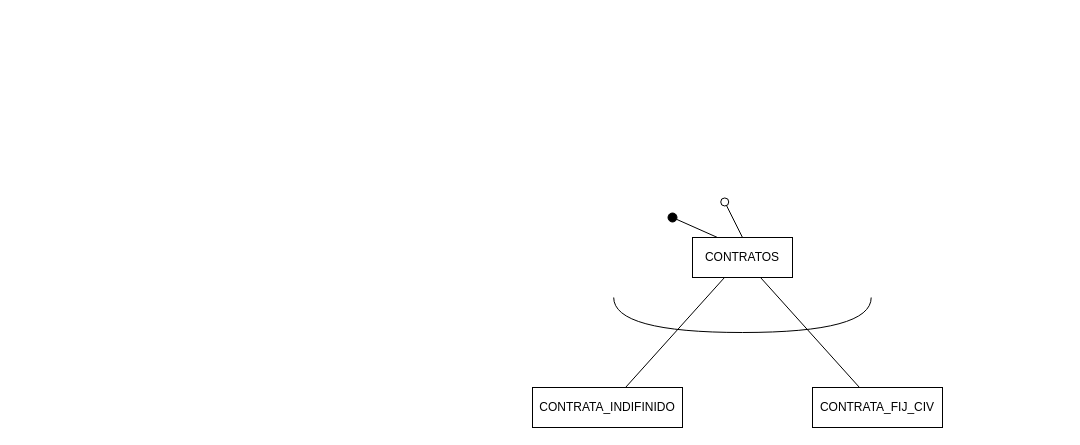
This is Diagrama SRH.drawio from tomyivan/diagramas-DB, a draw.io file, before an edit. Source tidied: cells renumbered, new cells numbered last; positions are measured from the earlier drawing's top-left corner, leaving out a move shared by most shapes. Both pictures are drawn from the tidied source at 100%, with x=0, y=0 at pixel (532, 197).
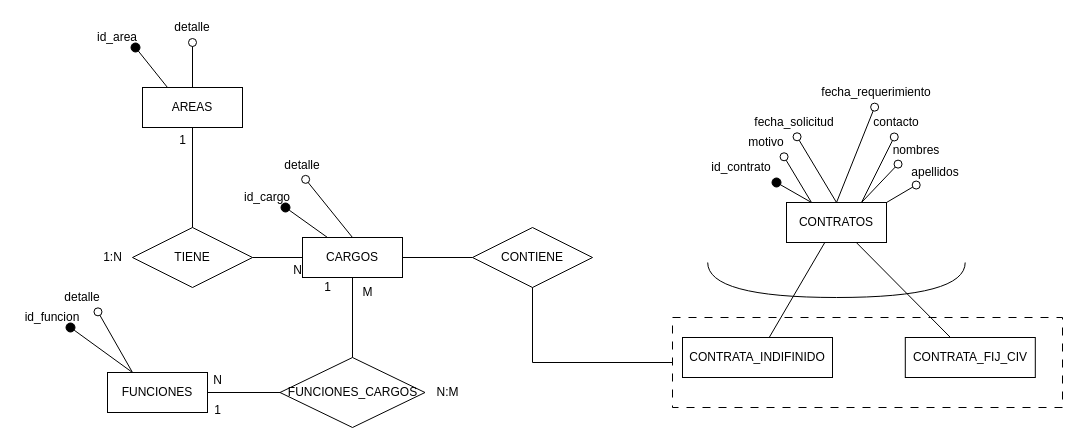
The same page after the edit.

What changed in the source:
```diff
@@
     <mxCell id="2" value="CONTRATOS" style="whiteSpace=wrap;html=1;align=center;" parent="1" vertex="1">
-      <mxGeometry x="160" y="40" width="100" height="40" as="geometry" />
+      <mxGeometry x="254" y="5" width="100" height="40" as="geometry" />
     </mxCell>
     <mxCell id="3" value="CONTRATA_INDIFINIDO" style="whiteSpace=wrap;html=1;align=center;" parent="1" vertex="1">
-      <mxGeometry y="190" width="150" height="40" as="geometry" />
+      <mxGeometry x="150" y="140" width="150" height="40" as="geometry" />
     </mxCell>
     <mxCell id="4" value="CONTRATA_FIJ_CIV" style="whiteSpace=wrap;html=1;align=center;" parent="1" vertex="1">
-      <mxGeometry x="280" y="190" width="130" height="40" as="geometry" />
+      <mxGeometry x="372.8" y="140" width="130" height="40" as="geometry" />
     </mxCell>
@@
     <mxCell id="7" style="shape=requiredInterface;html=1;verticalLabelPosition=bottom;sketch=0;direction=south;" parent="1" vertex="1">
-      <mxGeometry x="81.2" y="100" width="257.5" height="35" as="geometry" />
+      <mxGeometry x="175.2" y="65" width="257.5" height="35" as="geometry" />
     </mxCell>
-    <mxCell id="8" style="endArrow=circle;html=1;rounded=0;strokeColor=default;shadow=0;startFill=0;fillOpacity=100;endFill=0;snapToPoint=1;fixDash=1;backgroundOutline=1;comic=0;jiggle=1;enumerate=0;orthogonal=0;strokeOpacity=100;arcSize=210;startArrow=none;strokeWidth=1;startSize=0;endSize=3;" parent="1" edge="1" source="2">
-      <mxGeometry relative="1" as="geometry">
-        <mxPoint x="190" as="targetPoint" />
-      </mxGeometry>
+    <mxCell id="8" style="endArrow=circle;html=1;rounded=0;strokeColor=default;shadow=0;startFill=0;fillOpacity=100;endFill=0;snapToPoint=1;fixDash=1;backgroundOutline=1;comic=0;jiggle=1;enumerate=0;orthogonal=0;strokeOpacity=100;arcSize=210;startArrow=none;strokeWidth=1;startSize=0;endSize=3;" parent="1" edge="1" source="2" target="10">
+      <mxGeometry relative="1" as="geometry" />
     </mxCell>
-    <mxCell id="9" style="endArrow=none;html=1;rounded=0;shadow=0;startFill=1;fillOpacity=100;endFill=1;snapToPoint=1;fixDash=1;backgroundOutline=1;comic=0;jiggle=1;enumerate=0;orthogonal=0;strokeOpacity=100;arcSize=210;startArrow=oval;strokeWidth=1;startSize=9;" parent="1" edge="1" target="2">
-      <mxGeometry relative="1" as="geometry">
-        <mxPoint x="140" y="20" as="sourcePoint" />
-      </mxGeometry>
+    <mxCell id="9" style="endArrow=none;html=1;rounded=0;shadow=0;startFill=1;fillOpacity=100;endFill=1;snapToPoint=1;fixDash=1;backgroundOutline=1;comic=0;jiggle=1;enumerate=0;orthogonal=0;strokeOpacity=100;arcSize=210;startArrow=oval;strokeWidth=1;startSize=9;" parent="1" edge="1" source="11" target="2">
+      <mxGeometry relative="1" as="geometry" />
     </mxCell>
+    <mxCell id="10" value="motivo" style="whiteSpace=wrap;html=1;align=center;strokeColor=none;fillColor=none;" parent="1" vertex="1">
+      <mxGeometry x="204" y="-65" width="60" height="20" as="geometry" />
+    </mxCell>
+    <mxCell id="11" value="id_contrato" style="whiteSpace=wrap;html=1;align=center;strokeColor=none;fillColor=none;" parent="1" vertex="1">
+      <mxGeometry x="174" y="-45" width="70" height="30" as="geometry" />
+    </mxCell>
+    <mxCell id="12" value="fecha_solicitud" style="whiteSpace=wrap;html=1;align=center;strokeColor=none;fillColor=none;" parent="1" vertex="1">
+      <mxGeometry x="224" y="-85" width="76" height="20" as="geometry" />
+    </mxCell>
+    <mxCell id="13" style="endArrow=circle;html=1;rounded=0;strokeColor=default;shadow=0;startFill=0;fillOpacity=100;endFill=0;snapToPoint=1;fixDash=1;backgroundOutline=1;comic=0;jiggle=1;enumerate=0;orthogonal=0;strokeOpacity=100;arcSize=210;startArrow=none;strokeWidth=1;startSize=0;endSize=3;" parent="1" edge="1" source="2" target="12">
+      <mxGeometry relative="1" as="geometry" />
+    </mxCell>
+    <mxCell id="14" value="fecha_requerimiento" style="whiteSpace=wrap;html=1;align=center;strokeColor=none;fillColor=none;" parent="1" vertex="1">
+      <mxGeometry x="284" y="-115" width="120" height="20" as="geometry" />
+    </mxCell>
+    <mxCell id="15" style="endArrow=circle;html=1;rounded=0;strokeColor=default;shadow=0;startFill=0;fillOpacity=100;endFill=0;snapToPoint=1;fixDash=1;backgroundOutline=1;comic=0;jiggle=1;enumerate=0;orthogonal=0;strokeOpacity=100;arcSize=210;startArrow=none;strokeWidth=1;startSize=0;endSize=3;" parent="1" edge="1" source="2" target="14">
+      <mxGeometry relative="1" as="geometry" />
+    </mxCell>
+    <mxCell id="16" value="apellidos" style="whiteSpace=wrap;html=1;align=center;strokeColor=none;fillColor=none;" parent="1" vertex="1">
+      <mxGeometry x="372.8" y="-35" width="60" height="20" as="geometry" />
+    </mxCell>
+    <mxCell id="17" style="endArrow=circle;html=1;rounded=0;strokeColor=default;shadow=0;startFill=0;fillOpacity=100;endFill=0;snapToPoint=1;fixDash=1;backgroundOutline=1;comic=0;jiggle=1;enumerate=0;orthogonal=0;strokeOpacity=100;arcSize=210;startArrow=none;strokeWidth=1;startSize=0;endSize=3;" parent="1" edge="1" source="2" target="16">
+      <mxGeometry relative="1" as="geometry" />
+    </mxCell>
+    <mxCell id="18" value="nombres" style="whiteSpace=wrap;html=1;align=center;strokeColor=none;fillColor=none;" parent="1" vertex="1">
+      <mxGeometry x="354" y="-57" width="60" height="20" as="geometry" />
+    </mxCell>
+    <mxCell id="19" style="endArrow=circle;html=1;rounded=0;strokeColor=default;shadow=0;startFill=0;fillOpacity=100;endFill=0;snapToPoint=1;fixDash=1;backgroundOutline=1;comic=0;jiggle=1;enumerate=0;orthogonal=0;strokeOpacity=100;arcSize=210;startArrow=none;strokeWidth=1;startSize=0;endSize=3;" parent="1" edge="1" source="2" target="18">
+      <mxGeometry relative="1" as="geometry" />
+    </mxCell>
+    <mxCell id="20" value="contacto" style="whiteSpace=wrap;html=1;align=center;strokeColor=none;fillColor=none;" parent="1" vertex="1">
+      <mxGeometry x="334" y="-85" width="60" height="20" as="geometry" />
+    </mxCell>
+    <mxCell id="21" style="endArrow=circle;html=1;rounded=0;strokeColor=default;shadow=0;startFill=0;fillOpacity=100;endFill=0;snapToPoint=1;fixDash=1;backgroundOutline=1;comic=0;jiggle=1;enumerate=0;orthogonal=0;strokeOpacity=100;arcSize=210;startArrow=none;strokeWidth=1;startSize=0;endSize=3;" parent="1" edge="1" source="2" target="20">
+      <mxGeometry relative="1" as="geometry" />
+    </mxCell>
+    <mxCell id="22" value="CARGOS" style="whiteSpace=wrap;html=1;align=center;" parent="1" vertex="1">
+      <mxGeometry x="-230" y="40" width="100" height="40" as="geometry" />
+    </mxCell>
+    <mxCell id="23" value="FUNCIONES" style="whiteSpace=wrap;html=1;align=center;" parent="1" vertex="1">
+      <mxGeometry x="-425" y="175" width="100" height="40" as="geometry" />
+    </mxCell>
+    <mxCell id="24" value="AREAS" style="whiteSpace=wrap;html=1;align=center;" parent="1" vertex="1">
+      <mxGeometry x="-390" y="-110" width="100" height="40" as="geometry" />
+    </mxCell>
+    <mxCell id="25" value="TIENE" style="shape=rhombus;perimeter=rhombusPerimeter;whiteSpace=wrap;html=1;align=center;" parent="1" vertex="1">
+      <mxGeometry x="-400" y="30" width="120" height="60" as="geometry" />
+    </mxCell>
+    <mxCell id="26" style="endArrow=none;html=1;rounded=0;exitX=0.5;exitY=0;exitDx=0;exitDy=0;" parent="1" edge="1" source="25" target="24">
+      <mxGeometry relative="1" as="geometry" />
+    </mxCell>
+    <mxCell id="27" style="endArrow=none;html=1;rounded=0;entryX=1;entryY=0.5;entryDx=0;entryDy=0;" parent="1" edge="1" source="22" target="25">
+      <mxGeometry relative="1" as="geometry" />
+    </mxCell>
+    <mxCell id="28" value="1" style="text;html=1;align=center;verticalAlign=middle;strokeColor=none;fillColor=none;" parent="1" vertex="1">
+      <mxGeometry x="-365" y="-72" width="30" height="30" as="geometry" />
+    </mxCell>
+    <mxCell id="29" value="N" style="text;html=1;align=center;verticalAlign=middle;strokeColor=none;fillColor=none;" parent="1" vertex="1">
+      <mxGeometry x="-250" y="58" width="30" height="30" as="geometry" />
+    </mxCell>
+    <mxCell id="30" value="1:N" style="text;html=1;align=center;verticalAlign=middle;strokeColor=none;fillColor=none;" parent="1" vertex="1">
+      <mxGeometry x="-440" y="45" width="40" height="30" as="geometry" />
+    </mxCell>
+    <mxCell id="31" value="id_area" style="whiteSpace=wrap;html=1;align=center;strokeColor=none;fillColor=none;" parent="1" vertex="1">
+      <mxGeometry x="-450" y="-170" width="70" height="20" as="geometry" />
+    </mxCell>
+    <mxCell id="32" style="endArrow=none;html=1;rounded=0;shadow=0;startFill=1;fillOpacity=100;endFill=1;snapToPoint=1;fixDash=1;backgroundOutline=1;comic=0;jiggle=1;enumerate=0;orthogonal=0;strokeOpacity=100;arcSize=210;startArrow=oval;strokeWidth=1;startSize=9;" parent="1" edge="1" source="31" target="24">
+      <mxGeometry relative="1" as="geometry" />
+    </mxCell>
+    <mxCell id="33" value="detalle" style="whiteSpace=wrap;html=1;align=center;strokeColor=none;fillColor=none;" parent="1" vertex="1">
+      <mxGeometry x="-365" y="-180" width="50" height="20" as="geometry" />
+    </mxCell>
+    <mxCell id="34" style="endArrow=circle;html=1;rounded=0;strokeColor=default;shadow=0;startFill=0;fillOpacity=100;endFill=0;snapToPoint=1;fixDash=1;backgroundOutline=1;comic=0;jiggle=1;enumerate=0;orthogonal=0;strokeOpacity=100;arcSize=210;startArrow=none;strokeWidth=1;startSize=0;endSize=3;" parent="1" edge="1" source="24" target="33">
+      <mxGeometry relative="1" as="geometry" />
+    </mxCell>
+    <mxCell id="35" style="endArrow=circle;html=1;rounded=0;strokeColor=default;shadow=0;startFill=0;fillOpacity=100;endFill=0;snapToPoint=1;fixDash=1;backgroundOutline=1;comic=0;jiggle=1;enumerate=0;orthogonal=0;strokeOpacity=100;arcSize=210;startArrow=none;strokeWidth=1;startSize=0;endSize=3;" parent="1" edge="1" source="22" target="38">
+      <mxGeometry relative="1" as="geometry" />
+    </mxCell>
+    <mxCell id="36" style="endArrow=none;html=1;rounded=0;shadow=0;startFill=1;fillOpacity=100;endFill=1;snapToPoint=1;fixDash=1;backgroundOutline=1;comic=0;jiggle=1;enumerate=0;orthogonal=0;strokeOpacity=100;arcSize=210;startArrow=oval;strokeWidth=1;startSize=9;" parent="1" edge="1" source="37" target="22">
+      <mxGeometry relative="1" as="geometry" />
+    </mxCell>
+    <mxCell id="37" value="id_cargo" style="whiteSpace=wrap;html=1;align=center;strokeColor=none;fillColor=none;" parent="1" vertex="1">
+      <mxGeometry x="-300" y="-10" width="70" height="20" as="geometry" />
+    </mxCell>
+    <mxCell id="38" value="detalle" style="whiteSpace=wrap;html=1;align=center;strokeColor=none;fillColor=none;" parent="1" vertex="1">
+      <mxGeometry x="-255" y="-42" width="50" height="20" as="geometry" />
+    </mxCell>
+    <mxCell id="39" value="FUNCIONES_CARGOS" style="shape=rhombus;perimeter=rhombusPerimeter;whiteSpace=wrap;html=1;align=center;" parent="1" vertex="1">
+      <mxGeometry x="-252.5" y="160" width="145" height="70" as="geometry" />
+    </mxCell>
+    <mxCell id="40" style="endArrow=circle;html=1;rounded=0;strokeColor=default;shadow=0;startFill=0;fillOpacity=100;endFill=0;snapToPoint=1;fixDash=1;backgroundOutline=1;comic=0;jiggle=1;enumerate=0;orthogonal=0;strokeOpacity=100;arcSize=210;startArrow=none;strokeWidth=1;startSize=0;endSize=3;" parent="1" edge="1" source="23" target="42">
+      <mxGeometry relative="1" as="geometry" />
+    </mxCell>
+    <mxCell id="41" style="endArrow=none;html=1;rounded=0;shadow=0;startFill=1;fillOpacity=100;endFill=1;snapToPoint=1;fixDash=1;backgroundOutline=1;comic=0;jiggle=1;enumerate=0;orthogonal=0;strokeOpacity=100;arcSize=210;startArrow=oval;strokeWidth=1;startSize=9;" parent="1" edge="1" source="43" target="23">
+      <mxGeometry relative="1" as="geometry" />
+    </mxCell>
+    <mxCell id="42" value="detalle" style="whiteSpace=wrap;html=1;align=center;strokeColor=none;fillColor=none;" parent="1" vertex="1">
+      <mxGeometry x="-475" y="90" width="50" height="20" as="geometry" />
+    </mxCell>
+    <mxCell id="43" value="id_funcion" style="whiteSpace=wrap;html=1;align=center;strokeColor=none;fillColor=none;" parent="1" vertex="1">
+      <mxGeometry x="-515" y="110" width="70" height="20" as="geometry" />
+    </mxCell>
+    <mxCell id="44" style="endArrow=none;html=1;rounded=0;exitX=0;exitY=0.5;exitDx=0;exitDy=0;" parent="1" edge="1" source="39" target="23">
+      <mxGeometry relative="1" as="geometry" />
+    </mxCell>
+    <mxCell id="45" style="endArrow=none;html=1;rounded=0;exitX=0.5;exitY=0;exitDx=0;exitDy=0;" parent="1" edge="1" source="39" target="22">
+      <mxGeometry relative="1" as="geometry" />
+    </mxCell>
+    <mxCell id="46" value="N" style="text;html=1;align=center;verticalAlign=middle;strokeColor=none;fillColor=none;" parent="1" vertex="1">
+      <mxGeometry x="-330" y="168" width="30" height="30" as="geometry" />
+    </mxCell>
+    <mxCell id="47" value="1" style="text;html=1;align=center;verticalAlign=middle;strokeColor=none;fillColor=none;" parent="1" vertex="1">
+      <mxGeometry x="-220" y="75" width="30" height="30" as="geometry" />
+    </mxCell>
+    <mxCell id="48" value="1" style="text;html=1;align=center;verticalAlign=middle;strokeColor=none;fillColor=none;" parent="1" vertex="1">
+      <mxGeometry x="-330" y="198" width="30" height="30" as="geometry" />
+    </mxCell>
+    <mxCell id="49" value="M" style="text;html=1;align=center;verticalAlign=middle;strokeColor=none;fillColor=none;" parent="1" vertex="1">
+      <mxGeometry x="-180" y="80" width="30" height="30" as="geometry" />
+    </mxCell>
+    <mxCell id="50" value="N:M" style="text;html=1;align=center;verticalAlign=middle;strokeColor=none;fillColor=none;" parent="1" vertex="1">
+      <mxGeometry x="-110" y="180" width="50" height="30" as="geometry" />
+    </mxCell>
+    <mxCell id="51" style="whiteSpace=wrap;html=1;fillColor=none;dashed=1;dashPattern=8 8;" parent="1" vertex="1">
+      <mxGeometry x="140" y="120" width="390" height="90" as="geometry" />
+    </mxCell>
+    <mxCell id="52" value="CONTIENE" style="shape=rhombus;perimeter=rhombusPerimeter;whiteSpace=wrap;html=1;align=center;" parent="1" vertex="1">
+      <mxGeometry x="-60" y="30" width="120" height="60" as="geometry" />
+    </mxCell>
+    <mxCell id="53" style="endArrow=none;html=1;rounded=0;entryX=0;entryY=0.5;entryDx=0;entryDy=0;" parent="1" edge="1" source="22" target="52">
+      <mxGeometry relative="1" as="geometry" />
+    </mxCell>
+    <mxCell id="54" style="endArrow=none;html=1;rounded=0;exitX=0.5;exitY=1;exitDx=0;exitDy=0;" parent="1" edge="1" source="52" target="51">
+      <mxGeometry relative="1" as="geometry">
+        <Array as="points">
+          <mxPoint y="165" />
+        </Array>
+      </mxGeometry>
+    </mxCell>
```
